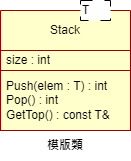
XUYR00/MID keeps this draw.io diagram as 6.1.4.drawio.png. Above is the earlier version. Source tidied: cells renumbered, new cells last; positions are measured from the earlier drawing's top-left corner, leaving out a move shared by most shapes.
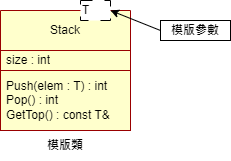
The same diagram one commit later.

Diff of the diagram source:
```diff
@@ -17,5 +17,11 @@
     <mxCell id="6" value="&lt;b&gt;模版類&lt;/b&gt;" style="text;html=1;strokeColor=none;fillColor=none;align=center;verticalAlign=middle;whiteSpace=wrap;rounded=0;" parent="1" vertex="1">
       <mxGeometry x="35" y="130" width="60" height="30" as="geometry" />
     </mxCell>
+    <mxCell id="7" value="&lt;b&gt;模版參數&lt;/b&gt;" style="rounded=0;whiteSpace=wrap;html=1;" parent="1" vertex="1">
+      <mxGeometry x="160" y="20" width="70" height="20" as="geometry" />
+    </mxCell>
+    <mxCell id="8" style="endArrow=classic;html=1;rounded=0;entryX=1;entryY=0.5;entryDx=0;entryDy=0;exitX=0;exitY=0.5;exitDx=0;exitDy=0;" parent="1" edge="1" source="7" target="5">
+      <mxGeometry relative="1" as="geometry" />
+    </mxCell>
   </root>
 </mxGraphModel>
```
